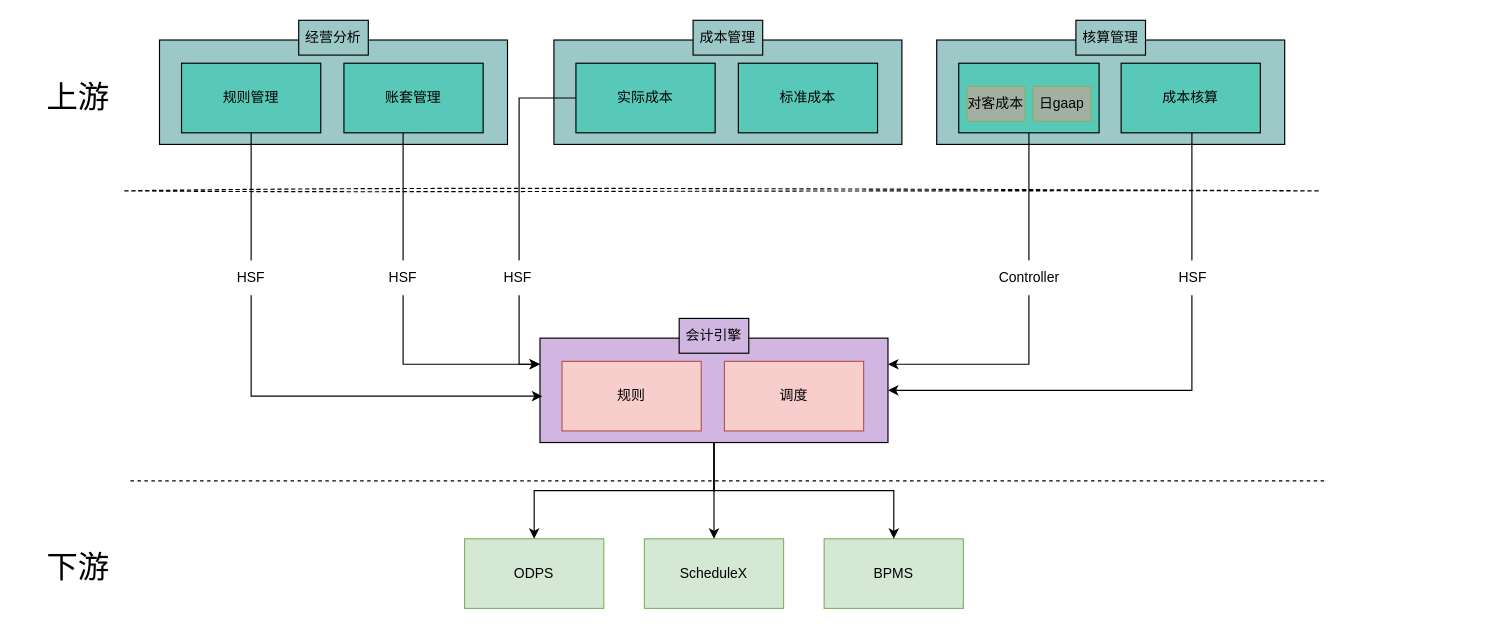
This is 规则引擎.drawio from dnsfm/private, a draw.io file, before an edit. Source tidied: cells renumbered, new cells numbered last; positions are measured from the earlier drawing's top-left corner, leaving out a move shared by most shapes. Both pictures are drawn from the tidied source at 116%, with x=0, y=0 at pixel (20, 20).
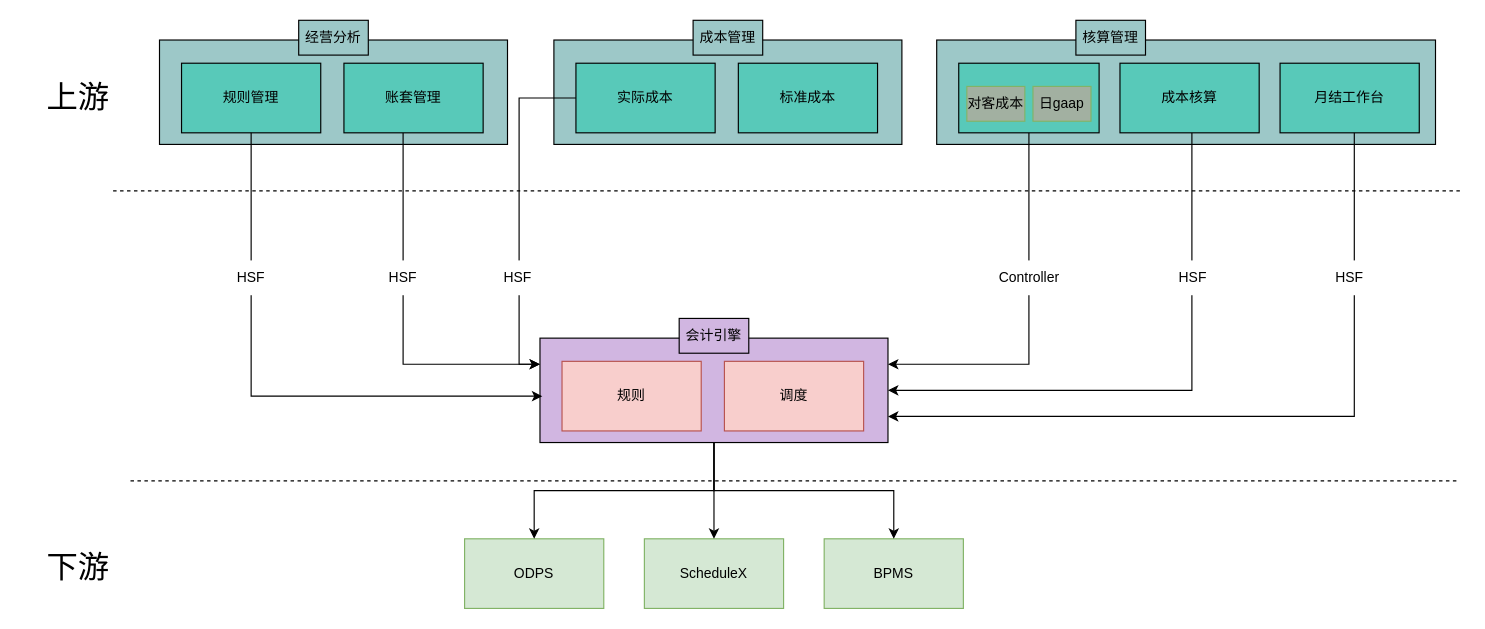
Above is the later version.

Commit message:
更新规则引擎.drawio

The change refers to these unchanged cells:
```xml
<mxCell id="26" style="rounded=0;whiteSpace=wrap;html=1;fillColor=#D1B6E1;" parent="1" vertex="1">
  <mxGeometry x="448" y="274" width="300" height="90" as="geometry" />
</mxCell>
```

What changed in the source:
```diff
@@
     <mxCell id="15" style="rounded=0;whiteSpace=wrap;html=1;fillColor=#9DC8C8;" parent="1" vertex="1">
-      <mxGeometry x="790" y="17" width="300" height="90" as="geometry" />
+      <mxGeometry x="790" y="17" width="430" height="90" as="geometry" />
     </mxCell>
@@
     <mxCell id="19" value="成本核算" style="rounded=0;whiteSpace=wrap;html=1;fillColor=#58C9B9;" parent="1" vertex="1">
-      <mxGeometry x="949" y="37" width="120" height="60" as="geometry" />
+      <mxGeometry x="948" y="37" width="120" height="60" as="geometry" />
     </mxCell>
@@
-    <mxCell id="35" style="endArrow=none;dashed=1;html=1;rounded=0;sketch=1;curveFitting=1;jiggle=2;" parent="1" edge="1">
-      <mxGeometry relative="1" as="geometry">
-        <mxPoint x="90" y="147" as="sourcePoint" />
-        <mxPoint x="1120" y="147" as="targetPoint" />
-      </mxGeometry>
-    </mxCell>
     <mxCell id="36" style="endArrow=none;dashed=1;html=1;rounded=0;" parent="1" edge="1">
       <mxGeometry relative="1" as="geometry">
         <mxPoint x="95" y="397" as="sourcePoint" />
-        <mxPoint x="1125" y="397" as="targetPoint" />
+        <mxPoint x="1240" y="397" as="targetPoint" />
       </mxGeometry>
     </mxCell>
@@
+    <mxCell id="40" style="edgeStyle=orthogonalEdgeStyle;rounded=0;jettySize=auto;html=1;entryX=1;entryY=0.75;entryDx=0;entryDy=0;" parent="1" edge="1" source="41" target="26">
+      <mxGeometry relative="1" as="geometry">
+        <Array as="points">
+          <mxPoint x="1150" y="342" />
+        </Array>
+      </mxGeometry>
+    </mxCell>
+    <mxCell id="41" value="月结工作台" style="rounded=0;whiteSpace=wrap;html=1;fillColor=#58C9B9;" parent="1" vertex="1">
+      <mxGeometry x="1086" y="37" width="120" height="60" as="geometry" />
+    </mxCell>
+    <mxCell id="42" value="HSF" style="text;html=1;strokeColor=none;fillColor=default;align=center;verticalAlign=middle;whiteSpace=wrap;rounded=0;" parent="1" vertex="1">
+      <mxGeometry x="1116" y="207" width="60" height="30" as="geometry" />
+    </mxCell>
+    <mxCell id="43" style="endArrow=none;dashed=1;html=1;rounded=0;" parent="1" edge="1">
+      <mxGeometry relative="1" as="geometry">
+        <mxPoint x="80" y="147" as="sourcePoint" />
+        <mxPoint x="1244" y="147" as="targetPoint" />
+      </mxGeometry>
+    </mxCell>
```
